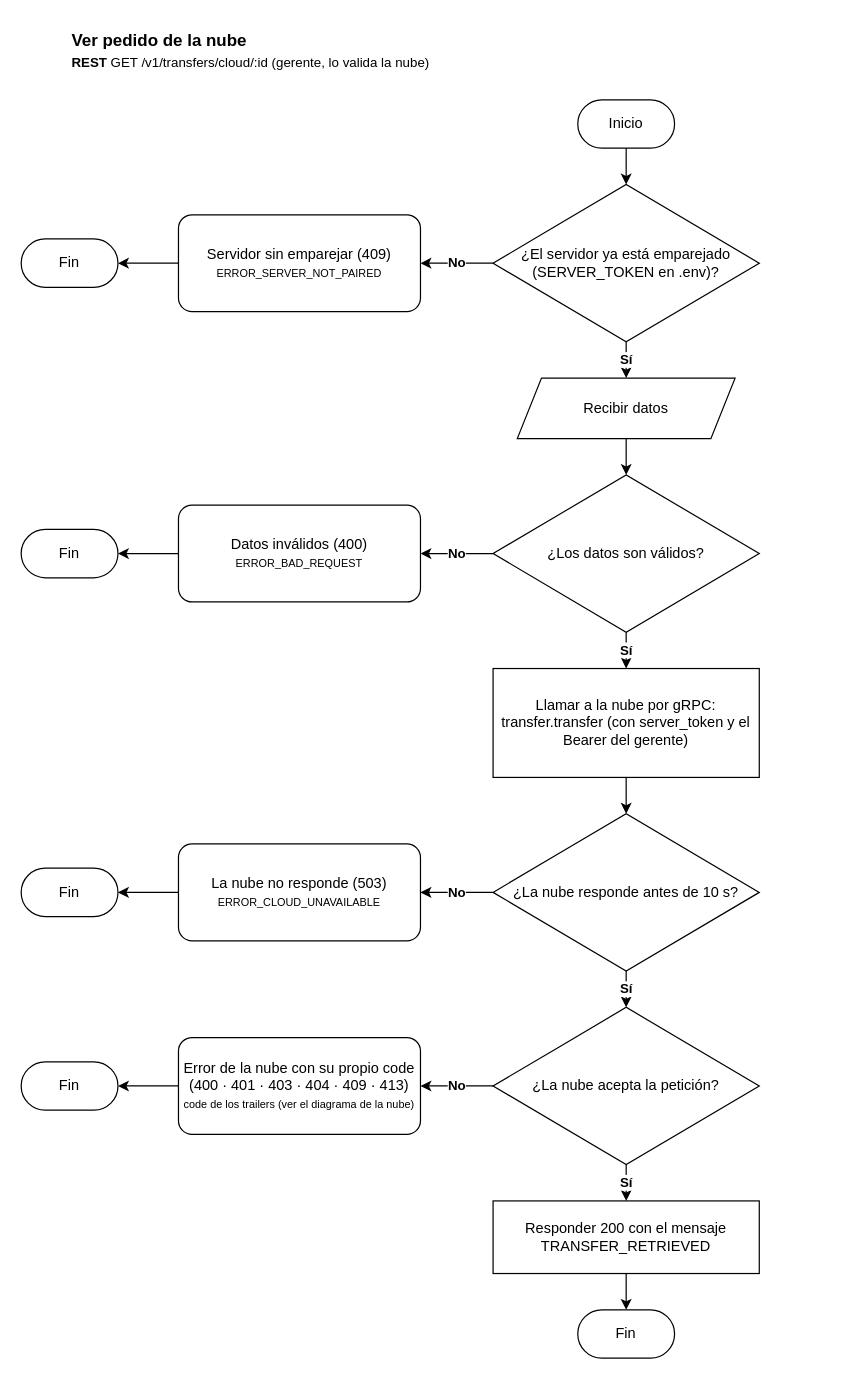
Before: documents/diagrams/workflows/transfer/cloud/transfer.drawio in Andry510/miyabi-restaurant-server, a draw.io diagram. Source tidied: cells renumbered, new cells numbered last; positions are measured from the earlier drawing's top-left corner, leaving out a move shared by most shapes. Both pictures are drawn from the tidied source at 121%, with x=0, y=0 at pixel (21, 21).
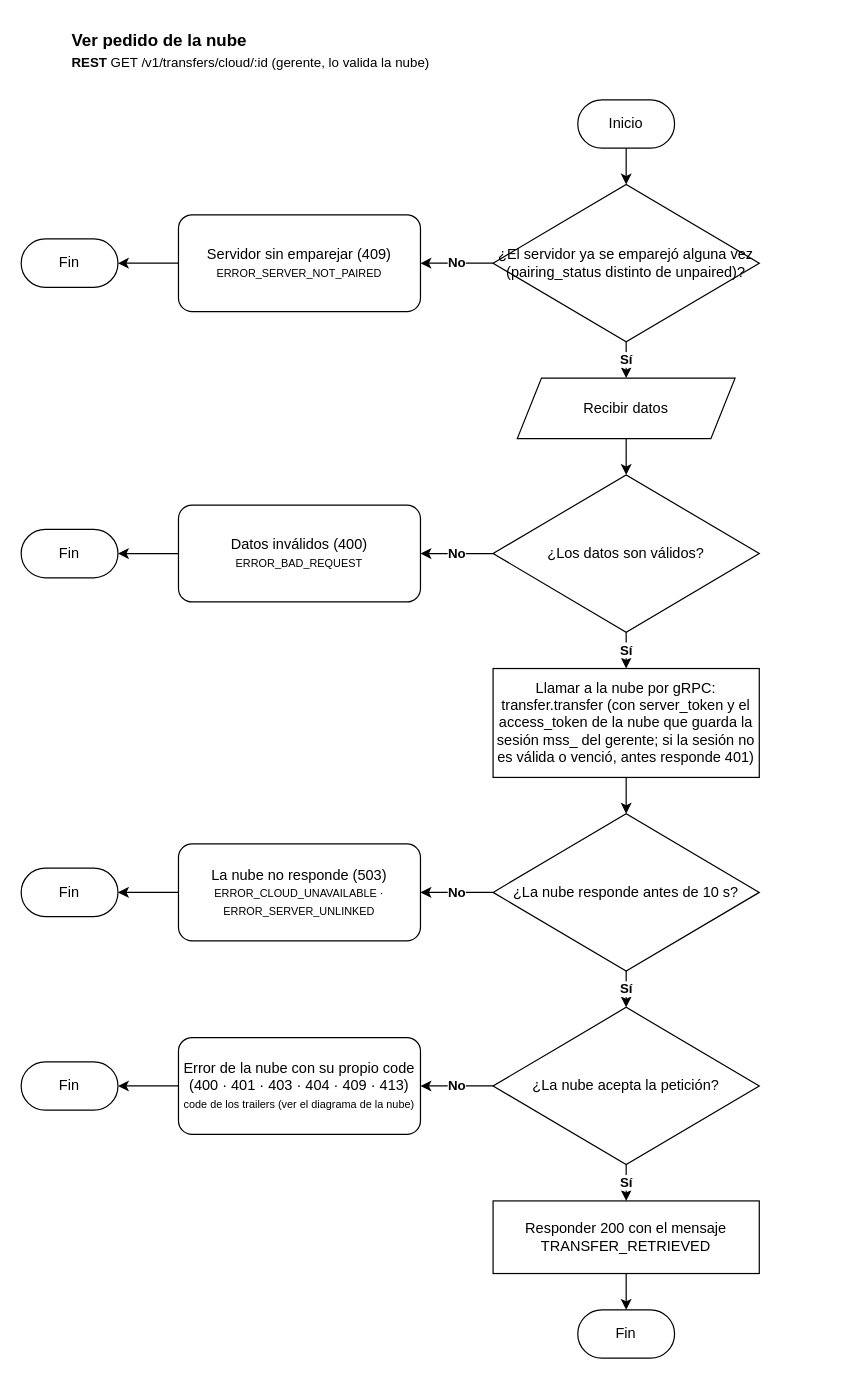
The same page after the edit.

What changed in the source:
```diff
@@
-    <mxCell id="4" value="¿El servidor ya está emparejado (SERVER_TOKEN en .env)?" style="rhombus;whiteSpace=wrap;html=1;rounded=1;arcSize=0;" parent="1" vertex="1">
+    <mxCell id="4" value="¿El servidor ya se emparejó alguna vez (pairing_status distinto de unpaired)?" style="rhombus;whiteSpace=wrap;html=1;rounded=1;arcSize=0;" parent="1" vertex="1">
       <mxGeometry x="390" y="135" width="220" height="130" as="geometry" />
     </mxCell>
@@
-    <mxCell id="18" value="Llamar a la nube por gRPC: transfer.transfer (con server_token y el Bearer del gerente)" style="rounded=0;whiteSpace=wrap;html=1;" parent="1" vertex="1">
+    <mxCell id="18" value="Llamar a la nube por gRPC: transfer.transfer (con server_token y el access_token de la nube que guarda la sesión mss_ del gerente; si la sesión no es válida o venció, antes responde 401)" style="rounded=0;whiteSpace=wrap;html=1;" parent="1" vertex="1">
       <mxGeometry x="390" y="535" width="220" height="90" as="geometry" />
     </mxCell>
@@
-    <mxCell id="22" value="La nube no responde (503)&lt;br&gt;&lt;font style=&quot;font-size: 9px;&quot;&gt;ERROR_CLOUD_UNAVAILABLE&lt;/font&gt;" style="rounded=1;whiteSpace=wrap;html=1;arcSize=14;" parent="1" vertex="1">
+    <mxCell id="22" value="La nube no responde (503)&lt;br&gt;&lt;font style=&quot;font-size: 9px;&quot;&gt;ERROR_CLOUD_UNAVAILABLE · ERROR_SERVER_UNLINKED&lt;/font&gt;" style="rounded=1;whiteSpace=wrap;html=1;arcSize=14;" parent="1" vertex="1">
       <mxGeometry x="130" y="680" width="200" height="80" as="geometry" />
     </mxCell>
```
